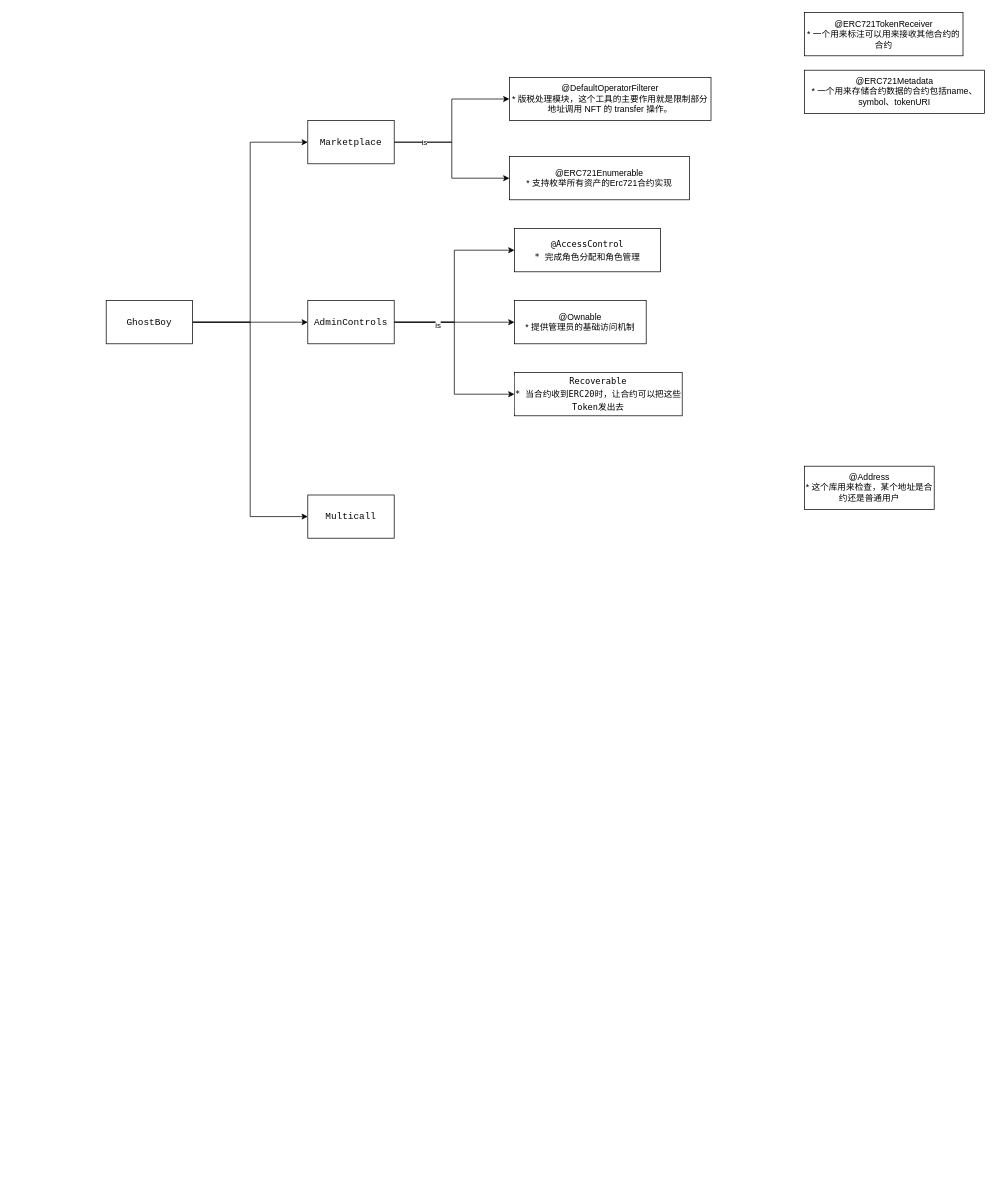
Earlier version of the draw.io diagram PuzzleVault.drawio (linhai0212/uml-idea). Source tidied: cells renumbered, new cells numbered last; positions are measured from the earlier drawing's top-left corner, leaving out a move shared by most shapes. Both pictures are drawn from the tidied source at 72%, with x=0, y=0 at pixel (106, 12).
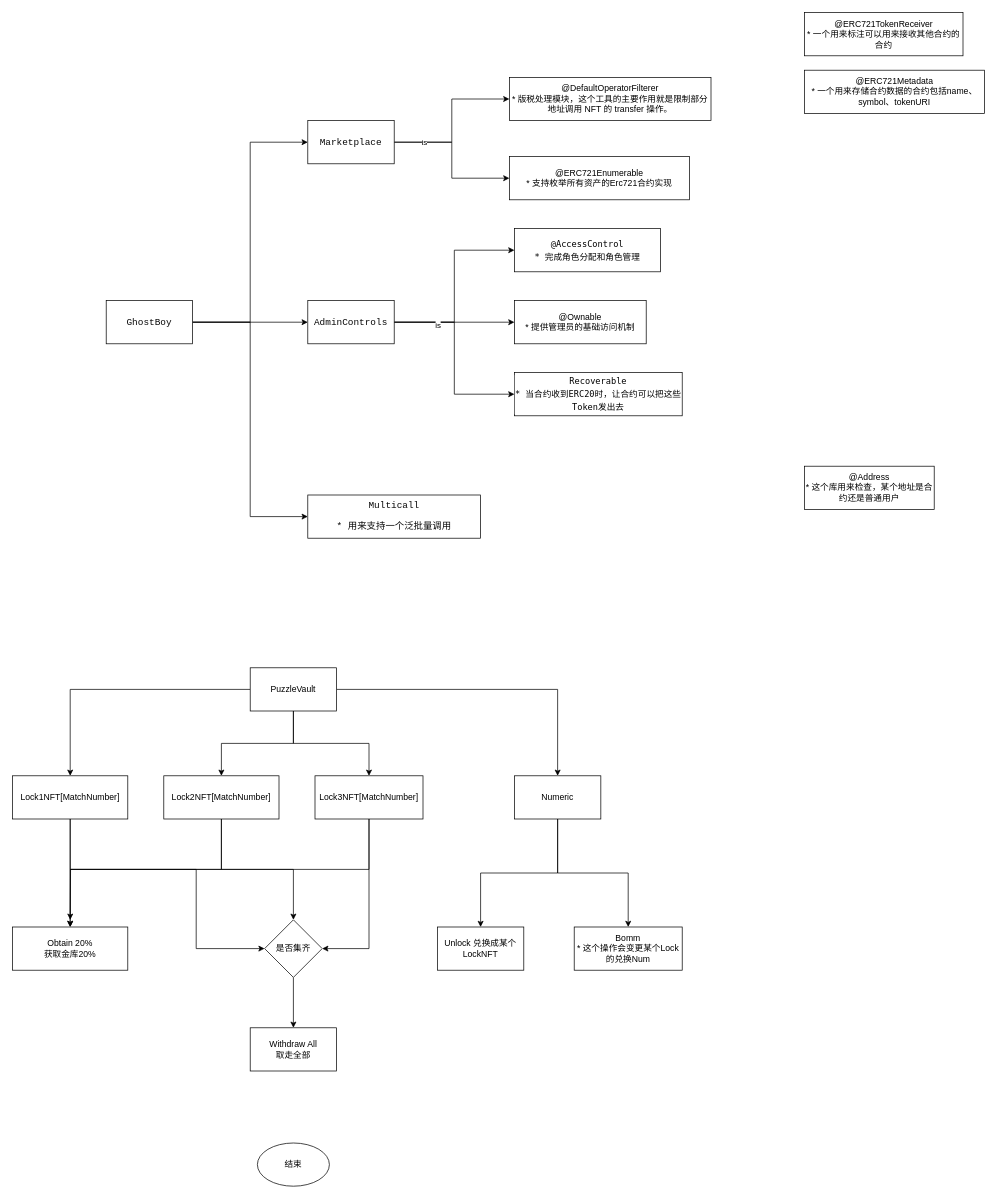
Above is the later version.

Change to the diagram source:
```diff
@@
-    <mxCell id="15" value="&lt;pre style=&quot;background-color:#ffffff;color:#080808;font-family:'JetBrains Mono',monospace;font-size:9.8pt;&quot;&gt;Multicall&lt;/pre&gt;" style="rounded=0;whiteSpace=wrap;html=1;" parent="1" vertex="1">
-      <mxGeometry x="280" y="670" width="120" height="60" as="geometry" />
+    <mxCell id="15" value="&lt;pre style=&quot;background-color:#ffffff;color:#080808;font-family:'JetBrains Mono',monospace;font-size:9.8pt;&quot;&gt;Multicall&lt;/pre&gt;&lt;pre style=&quot;background-color:#ffffff;color:#080808;font-family:'JetBrains Mono',monospace;font-size:9.8pt;&quot;&gt;* 用来支持一个泛批量调用&lt;/pre&gt;" style="rounded=0;whiteSpace=wrap;html=1;" parent="1" vertex="1">
+      <mxGeometry x="280" y="670" width="240" height="60" as="geometry" />
     </mxCell>
@@
+    <mxCell id="24" style="edgeStyle=orthogonalEdgeStyle;rounded=0;jettySize=auto;html=1;entryX=0.5;entryY=0;entryDx=0;entryDy=0;" parent="1" edge="1" source="28" target="31">
+      <mxGeometry relative="1" as="geometry" />
+    </mxCell>
+    <mxCell id="25" style="edgeStyle=orthogonalEdgeStyle;rounded=0;jettySize=auto;html=1;entryX=0.5;entryY=0;entryDx=0;entryDy=0;" parent="1" edge="1" source="28" target="34">
+      <mxGeometry relative="1" as="geometry" />
+    </mxCell>
+    <mxCell id="26" style="edgeStyle=orthogonalEdgeStyle;rounded=0;jettySize=auto;html=1;" parent="1" edge="1" source="28" target="37">
+      <mxGeometry relative="1" as="geometry" />
+    </mxCell>
+    <mxCell id="27" style="edgeStyle=orthogonalEdgeStyle;rounded=0;jettySize=auto;html=1;" parent="1" edge="1" source="28" target="40">
+      <mxGeometry relative="1" as="geometry" />
+    </mxCell>
+    <mxCell id="28" value="PuzzleVault" style="rounded=0;whiteSpace=wrap;html=1;" parent="1" vertex="1">
+      <mxGeometry x="200" y="910" width="120" height="60" as="geometry" />
+    </mxCell>
+    <mxCell id="29" style="edgeStyle=orthogonalEdgeStyle;rounded=0;jettySize=auto;html=1;entryX=0.5;entryY=0;entryDx=0;entryDy=0;" parent="1" edge="1" source="31" target="43">
+      <mxGeometry relative="1" as="geometry" />
+    </mxCell>
+    <mxCell id="30" style="edgeStyle=orthogonalEdgeStyle;rounded=0;jettySize=auto;html=1;entryX=0;entryY=0.5;entryDx=0;entryDy=0;" parent="1" edge="1" source="31" target="46">
+      <mxGeometry relative="1" as="geometry">
+        <Array as="points">
+          <mxPoint x="-50" y="1190" />
+          <mxPoint x="125" y="1190" />
+          <mxPoint x="125" y="1300" />
+        </Array>
+      </mxGeometry>
+    </mxCell>
+    <mxCell id="31" value="Lock1NFT[MatchNumber]" style="rounded=0;whiteSpace=wrap;html=1;" parent="1" vertex="1">
+      <mxGeometry x="-130" y="1060" width="160" height="60" as="geometry" />
+    </mxCell>
+    <mxCell id="32" style="edgeStyle=orthogonalEdgeStyle;rounded=0;jettySize=auto;html=1;exitX=0.5;exitY=1;exitDx=0;exitDy=0;" parent="1" edge="1" source="34">
+      <mxGeometry relative="1" as="geometry">
+        <mxPoint x="-50" y="1260" as="targetPoint" />
+      </mxGeometry>
+    </mxCell>
+    <mxCell id="33" style="edgeStyle=orthogonalEdgeStyle;rounded=0;jettySize=auto;html=1;" parent="1" edge="1" source="34" target="46">
+      <mxGeometry relative="1" as="geometry">
+        <Array as="points">
+          <mxPoint x="160" y="1190" />
+          <mxPoint x="260" y="1190" />
+        </Array>
+      </mxGeometry>
+    </mxCell>
+    <mxCell id="34" value="Lock2NFT[MatchNumber]" style="rounded=0;whiteSpace=wrap;html=1;" parent="1" vertex="1">
+      <mxGeometry x="80" y="1060" width="160" height="60" as="geometry" />
+    </mxCell>
+    <mxCell id="35" style="edgeStyle=orthogonalEdgeStyle;rounded=0;jettySize=auto;html=1;entryX=0.5;entryY=0;entryDx=0;entryDy=0;" parent="1" edge="1" source="37" target="43">
+      <mxGeometry relative="1" as="geometry">
+        <Array as="points">
+          <mxPoint x="365" y="1190" />
+          <mxPoint x="-50" y="1190" />
+        </Array>
+      </mxGeometry>
+    </mxCell>
+    <mxCell id="36" style="edgeStyle=orthogonalEdgeStyle;rounded=0;jettySize=auto;html=1;entryX=1;entryY=0.5;entryDx=0;entryDy=0;" parent="1" edge="1" source="37" target="46">
+      <mxGeometry relative="1" as="geometry" />
+    </mxCell>
+    <mxCell id="37" value="Lock3NFT[MatchNumber]" style="rounded=0;whiteSpace=wrap;html=1;" parent="1" vertex="1">
+      <mxGeometry x="290" y="1060" width="150" height="60" as="geometry" />
+    </mxCell>
+    <mxCell id="38" style="edgeStyle=orthogonalEdgeStyle;rounded=0;jettySize=auto;html=1;" parent="1" edge="1" source="40" target="42">
+      <mxGeometry relative="1" as="geometry" />
+    </mxCell>
+    <mxCell id="39" style="edgeStyle=orthogonalEdgeStyle;rounded=0;jettySize=auto;html=1;" parent="1" edge="1" source="40" target="41">
+      <mxGeometry relative="1" as="geometry" />
+    </mxCell>
+    <mxCell id="40" value="Numeric" style="rounded=0;whiteSpace=wrap;html=1;" parent="1" vertex="1">
+      <mxGeometry x="567" y="1060" width="120" height="60" as="geometry" />
+    </mxCell>
+    <mxCell id="41" value="Bomm&lt;br&gt;* 这个操作会变更某个Lock的兑换Num" style="rounded=0;whiteSpace=wrap;html=1;" parent="1" vertex="1">
+      <mxGeometry x="650" y="1270" width="150" height="60" as="geometry" />
+    </mxCell>
+    <mxCell id="42" value="Unlock 兑换成某个LockNFT" style="rounded=0;whiteSpace=wrap;html=1;" parent="1" vertex="1">
+      <mxGeometry x="460" y="1270" width="120" height="60" as="geometry" />
+    </mxCell>
+    <mxCell id="43" value="Obtain 20%&lt;br&gt;获取金库20%" style="rounded=0;whiteSpace=wrap;html=1;" parent="1" vertex="1">
+      <mxGeometry x="-130" y="1270" width="160" height="60" as="geometry" />
+    </mxCell>
+    <mxCell id="44" value="Withdraw All&lt;br&gt;取走全部" style="rounded=0;whiteSpace=wrap;html=1;" parent="1" vertex="1">
+      <mxGeometry x="200" y="1410" width="120" height="60" as="geometry" />
+    </mxCell>
+    <mxCell id="45" style="edgeStyle=orthogonalEdgeStyle;rounded=0;jettySize=auto;html=1;exitX=0.5;exitY=1;exitDx=0;exitDy=0;entryX=0.5;entryY=0;entryDx=0;entryDy=0;" parent="1" edge="1" source="46" target="44">
+      <mxGeometry relative="1" as="geometry" />
+    </mxCell>
+    <mxCell id="46" value="是否集齐" style="rhombus;whiteSpace=wrap;html=1;" parent="1" vertex="1">
+      <mxGeometry x="220" y="1260" width="80" height="80" as="geometry" />
+    </mxCell>
+    <mxCell id="47" value="结束" style="ellipse;whiteSpace=wrap;html=1;" parent="1" vertex="1">
+      <mxGeometry x="210" y="1570" width="100" height="60" as="geometry" />
+    </mxCell>
```
